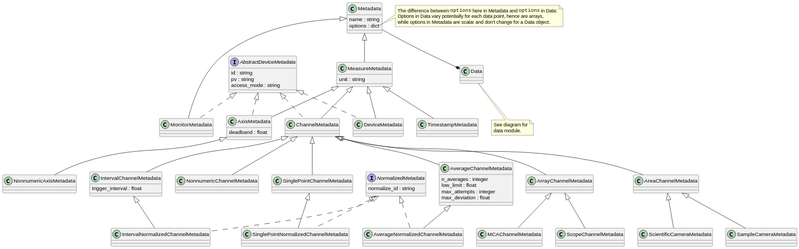
The PlantUML diagram docs/uml/evedata.evefile.metadata.svg in tillbiskup/evedata, before a commit.
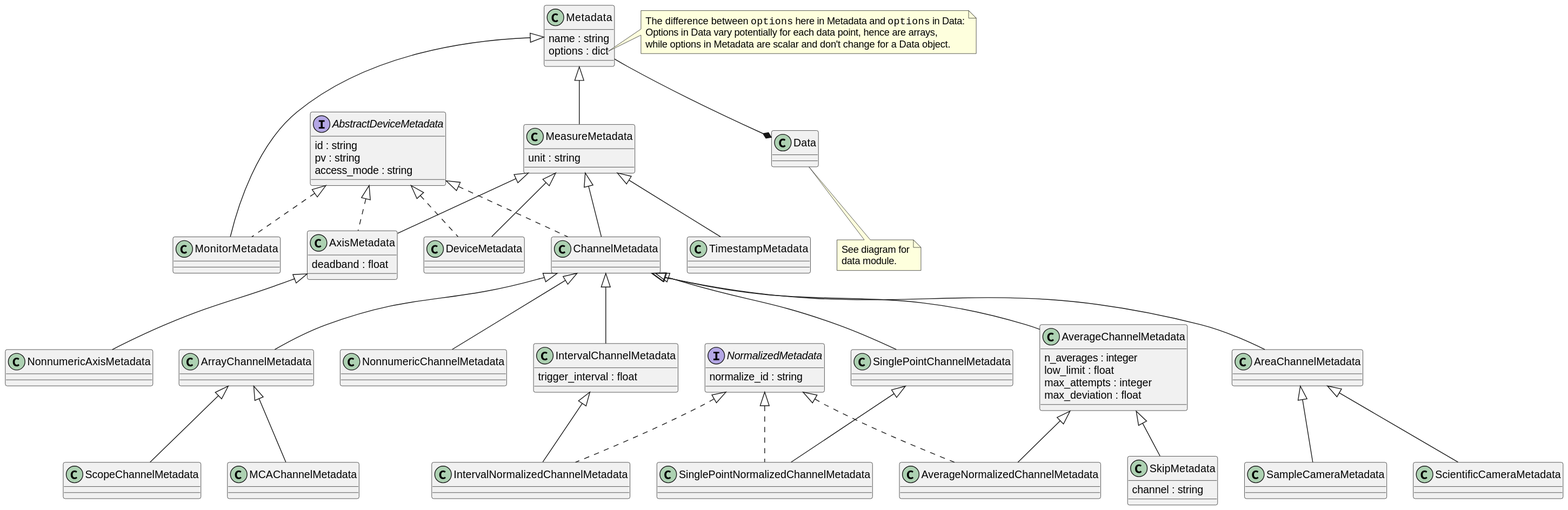
The same file after the commit.

Commit message:
Add skip detector channel data and metadata.

What changed in the source:
```diff
@@ -56,6 +56,10 @@
     max_deviation : float
 }
 
+class SkipMetadata extends AverageChannelMetadata {
+    channel : string
+}
+
 class IntervalChannelMetadata extends ChannelMetadata {
     trigger_interval : float
 }
```
